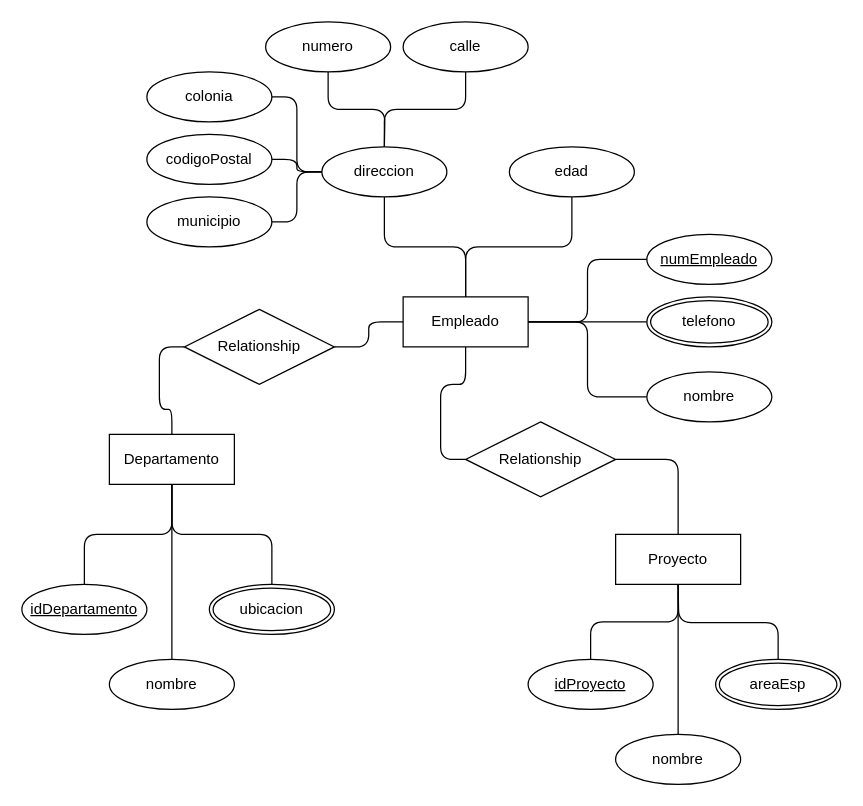
Above: Activity-2-2.drawio in xmr-p/DatabaseCharts (draw.io), before the change. Source tidied: cells renumbered, new cells numbered last; positions are measured from the earlier drawing's top-left corner, leaving out a move shared by most shapes. Both pictures are drawn from the tidied source at 125%, with x=0, y=0 at pixel (21, 21).
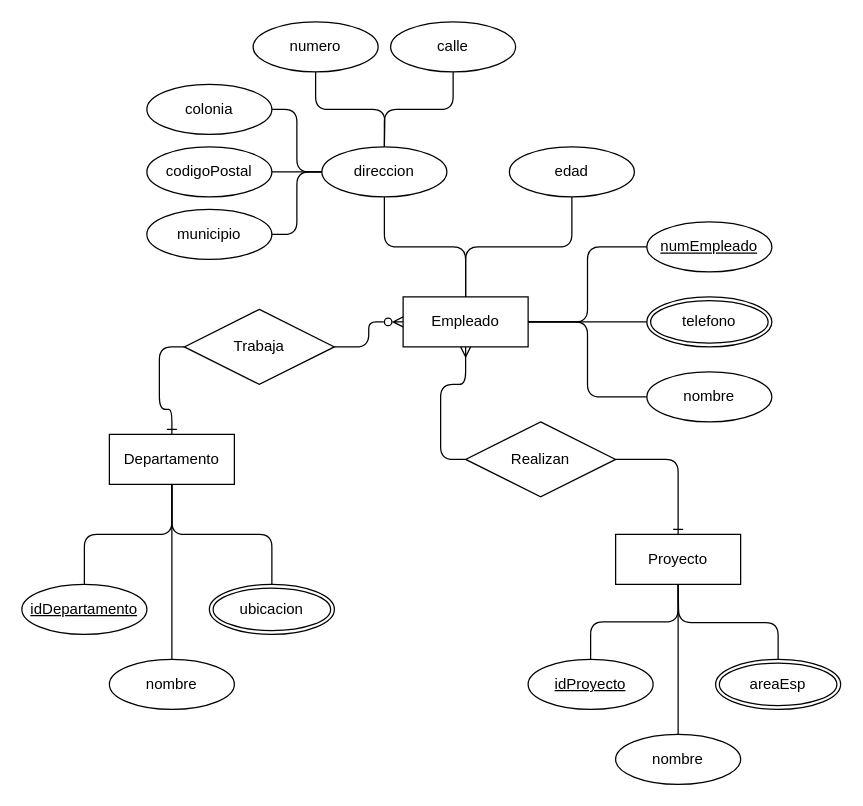
The same diagram, later.

The change refers to these unchanged cells:
```xml
<mxCell id="2" value="Proyecto" style="whiteSpace=wrap;html=1;align=center;" parent="1" vertex="1">
  <mxGeometry x="475" y="410" width="100" height="40" as="geometry" />
</mxCell>
<mxCell id="3" value="Empleado" style="whiteSpace=wrap;html=1;align=center;" parent="1" vertex="1">
  <mxGeometry x="305" y="220" width="100" height="40" as="geometry" />
</mxCell>
<mxCell id="4" value="Departamento" style="whiteSpace=wrap;html=1;align=center;" parent="1" vertex="1">
  <mxGeometry x="70" y="330" width="100" height="40" as="geometry" />
</mxCell>
```

Change to the diagram source:
```diff
@@
     <mxCell id="12" value="numEmpleado" style="ellipse;whiteSpace=wrap;html=1;align=center;fontStyle=4;" parent="1" vertex="1">
-      <mxGeometry x="500" y="170" width="100" height="40" as="geometry" />
+      <mxGeometry x="500" y="160" width="100" height="40" as="geometry" />
     </mxCell>
@@
     <mxCell id="22" value="calle" style="ellipse;whiteSpace=wrap;html=1;align=center;" parent="1" vertex="1">
-      <mxGeometry x="305" width="100" height="40" as="geometry" />
+      <mxGeometry x="295" width="100" height="40" as="geometry" />
     </mxCell>
@@
     <mxCell id="24" value="codigoPostal" style="ellipse;whiteSpace=wrap;html=1;align=center;" parent="1" vertex="1">
-      <mxGeometry x="100" y="90" width="100" height="40" as="geometry" />
+      <mxGeometry x="100" y="100" width="100" height="40" as="geometry" />
     </mxCell>
@@
     <mxCell id="26" value="numero" style="ellipse;whiteSpace=wrap;html=1;align=center;" parent="1" vertex="1">
-      <mxGeometry x="195" width="100" height="40" as="geometry" />
+      <mxGeometry x="185" width="100" height="40" as="geometry" />
     </mxCell>
@@
     <mxCell id="28" value="colonia" style="ellipse;whiteSpace=wrap;html=1;align=center;" parent="1" vertex="1">
-      <mxGeometry x="100" y="40" width="100" height="40" as="geometry" />
+      <mxGeometry x="100" y="50" width="100" height="40" as="geometry" />
     </mxCell>
     <mxCell id="29" value="municipio" style="ellipse;whiteSpace=wrap;html=1;align=center;" parent="1" vertex="1">
-      <mxGeometry x="100" y="140" width="100" height="40" as="geometry" />
+      <mxGeometry x="100" y="150" width="100" height="40" as="geometry" />
     </mxCell>
@@
-    <mxCell id="37" style="edgeStyle=orthogonalEdgeStyle;rounded=1;jettySize=auto;html=1;exitX=0;exitY=0.5;exitDx=0;exitDy=0;entryX=0.5;entryY=1;entryDx=0;entryDy=0;endArrow=none;endFill=0;curved=0;" parent="1" edge="1" source="39" target="3">
+    <mxCell id="37" style="edgeStyle=orthogonalEdgeStyle;rounded=1;jettySize=auto;html=1;exitX=0;exitY=0.5;exitDx=0;exitDy=0;entryX=0.5;entryY=1;entryDx=0;entryDy=0;endArrow=ERmany;endFill=0;curved=0;startArrow=none;startFill=0;" parent="1" edge="1" source="39" target="3">
       <mxGeometry relative="1" as="geometry" />
     </mxCell>
-    <mxCell id="38" style="edgeStyle=orthogonalEdgeStyle;rounded=1;jettySize=auto;html=1;exitX=1;exitY=0.5;exitDx=0;exitDy=0;entryX=0.5;entryY=0;entryDx=0;entryDy=0;endArrow=none;endFill=0;curved=0;" parent="1" edge="1" source="39" target="2">
+    <mxCell id="38" style="edgeStyle=orthogonalEdgeStyle;rounded=1;jettySize=auto;html=1;exitX=1;exitY=0.5;exitDx=0;exitDy=0;entryX=0.5;entryY=0;entryDx=0;entryDy=0;endArrow=ERone;endFill=0;curved=0;startArrow=none;startFill=0;" parent="1" edge="1" source="39" target="2">
       <mxGeometry relative="1" as="geometry" />
     </mxCell>
-    <mxCell id="39" value="Relationship" style="shape=rhombus;perimeter=rhombusPerimeter;whiteSpace=wrap;html=1;align=center;rotation=0;" parent="1" vertex="1">
+    <mxCell id="39" value="Realizan" style="shape=rhombus;perimeter=rhombusPerimeter;whiteSpace=wrap;html=1;align=center;rotation=0;" parent="1" vertex="1">
       <mxGeometry x="355" y="320" width="120" height="60" as="geometry" />
     </mxCell>
-    <mxCell id="40" style="edgeStyle=orthogonalEdgeStyle;rounded=1;jettySize=auto;html=1;exitX=1;exitY=0.5;exitDx=0;exitDy=0;entryX=0;entryY=0.5;entryDx=0;entryDy=0;endArrow=none;endFill=0;curved=0;" parent="1" edge="1" source="42" target="3">
+    <mxCell id="40" style="edgeStyle=orthogonalEdgeStyle;rounded=1;jettySize=auto;html=1;exitX=1;exitY=0.5;exitDx=0;exitDy=0;entryX=0;entryY=0.5;entryDx=0;entryDy=0;endArrow=ERzeroToMany;endFill=0;curved=0;" parent="1" edge="1" source="42" target="3">
       <mxGeometry relative="1" as="geometry" />
     </mxCell>
-    <mxCell id="41" style="edgeStyle=orthogonalEdgeStyle;rounded=1;jettySize=auto;html=1;exitX=0;exitY=0.5;exitDx=0;exitDy=0;entryX=0.5;entryY=0;entryDx=0;entryDy=0;endArrow=none;endFill=0;curved=0;" parent="1" edge="1" source="42" target="4">
+    <mxCell id="41" style="edgeStyle=orthogonalEdgeStyle;rounded=1;jettySize=auto;html=1;exitX=0;exitY=0.5;exitDx=0;exitDy=0;entryX=0.5;entryY=0;entryDx=0;entryDy=0;endArrow=ERone;endFill=0;curved=0;startArrow=none;startFill=0;" parent="1" edge="1" source="42" target="4">
       <mxGeometry relative="1" as="geometry" />
     </mxCell>
-    <mxCell id="42" value="Relationship" style="shape=rhombus;perimeter=rhombusPerimeter;whiteSpace=wrap;html=1;align=center;" parent="1" vertex="1">
+    <mxCell id="42" value="Trabaja" style="shape=rhombus;perimeter=rhombusPerimeter;whiteSpace=wrap;html=1;align=center;" parent="1" vertex="1">
       <mxGeometry x="130" y="230" width="120" height="60" as="geometry" />
     </mxCell>
```
